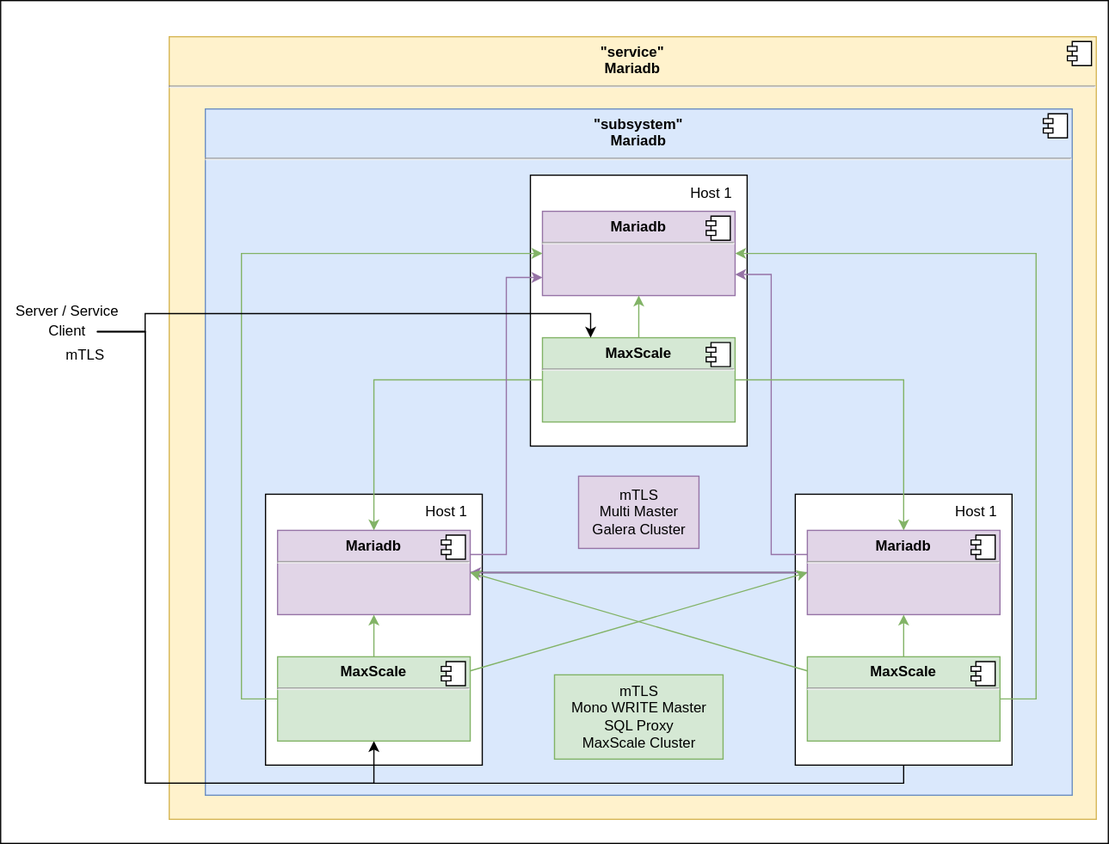
Above: assets/Ansible-Playbook-Labocbz-Deploy-Mariadb.drawio.svg in CBZ-D-velop/Ansible-Playbook-Labocbz-Deploy-Mariadb (draw.io), before the change. Source tidied: cells renumbered, new cells last; positions are measured from the earlier drawing's top-left corner, leaving out a move shared by most shapes.
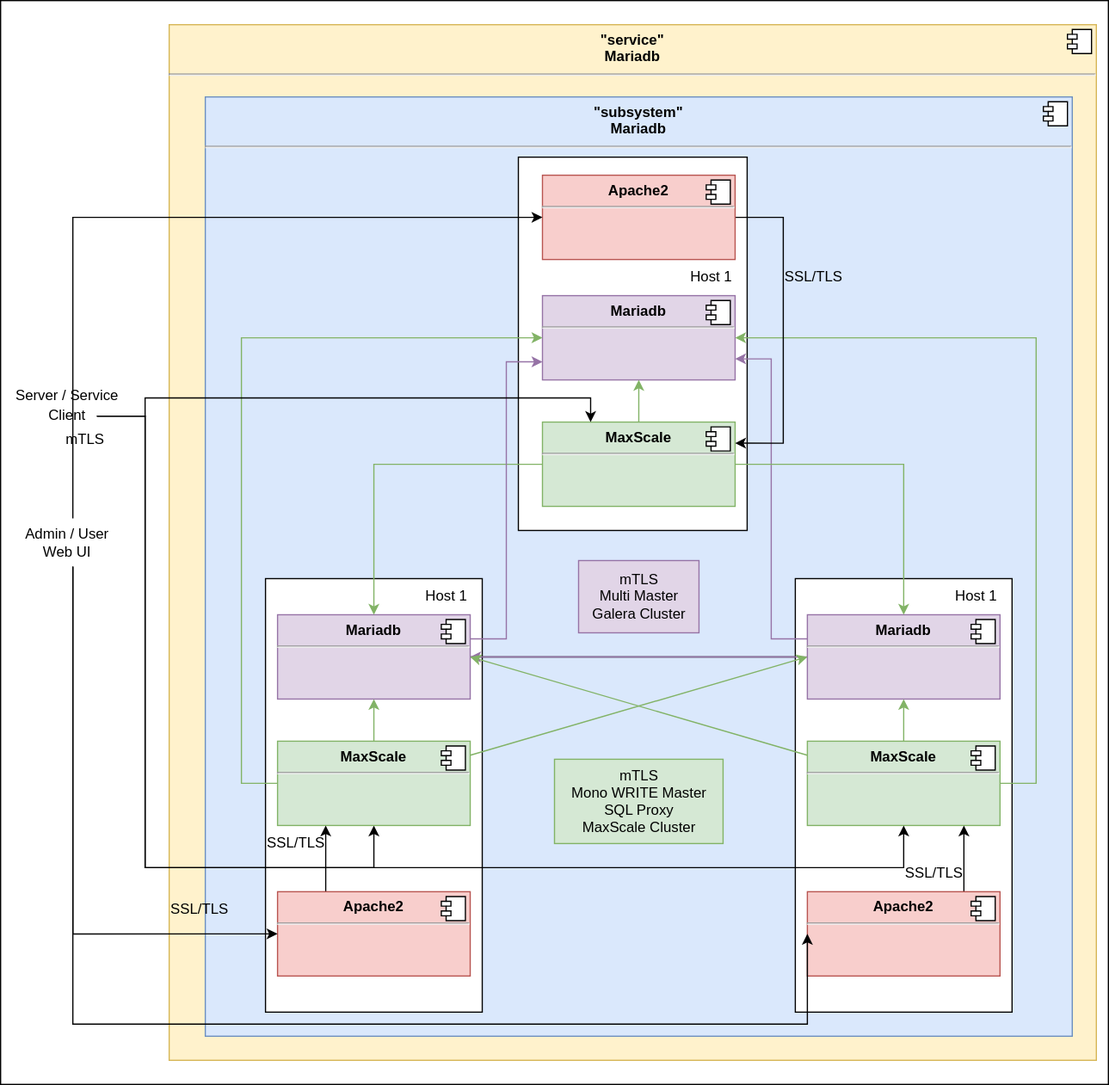
After the commit.

Diff of the diagram source:
```diff
@@ -3,10 +3,10 @@
     <mxCell id="0" />
     <mxCell id="1" parent="0" />
     <mxCell id="2" style="rounded=0;whiteSpace=wrap;html=1;" parent="1" vertex="1">
-      <mxGeometry width="920" height="700" as="geometry" />
+      <mxGeometry y="-70" width="920" height="900" as="geometry" />
     </mxCell>
     <mxCell id="3" value="&lt;p style=&quot;margin:0px;margin-top:6px;text-align:center;&quot;&gt;&lt;b&gt;&quot;service&quot;&lt;br&gt;&lt;/b&gt;&lt;b style=&quot;border-color: var(--border-color);&quot;&gt;Mariadb&lt;/b&gt;&lt;b&gt;&lt;br&gt;&lt;/b&gt;&lt;/p&gt;&lt;hr&gt;&lt;p style=&quot;margin:0px;margin-left:8px;&quot;&gt;&lt;br&gt;&lt;/p&gt;" style="align=left;overflow=fill;html=1;whiteSpace=wrap;fillColor=#fff2cc;strokeColor=#d6b656;" parent="1" vertex="1">
-      <mxGeometry x="140" y="30" width="770" height="650" as="geometry" />
+      <mxGeometry x="140" y="-50" width="770" height="860" as="geometry" />
     </mxCell>
     <mxCell id="4" style="shape=component;jettyWidth=8;jettyHeight=4;" parent="3" vertex="1">
       <mxGeometry x="1" width="20" height="20" relative="1" as="geometry">
@@ -14,7 +14,7 @@
       </mxGeometry>
     </mxCell>
     <mxCell id="5" value="&lt;p style=&quot;margin:0px;margin-top:6px;text-align:center;&quot;&gt;&lt;b&gt;&quot;subsystem&quot;&lt;br&gt;&lt;/b&gt;&lt;b style=&quot;border-color: var(--border-color);&quot;&gt;Mariadb&lt;/b&gt;&lt;b&gt;&lt;br&gt;&lt;/b&gt;&lt;/p&gt;&lt;hr&gt;&lt;p style=&quot;margin:0px;margin-left:8px;&quot;&gt;&lt;br&gt;&lt;/p&gt;" style="align=left;overflow=fill;html=1;whiteSpace=wrap;fillColor=#dae8fc;strokeColor=#6c8ebf;" parent="1" vertex="1">
-      <mxGeometry x="170" y="90" width="720" height="570" as="geometry" />
+      <mxGeometry x="170" y="10" width="720" height="780" as="geometry" />
     </mxCell>
     <mxCell id="6" style="shape=component;jettyWidth=8;jettyHeight=4;" parent="5" vertex="1">
       <mxGeometry x="1" width="20" height="20" relative="1" as="geometry">
@@ -22,7 +22,7 @@
       </mxGeometry>
     </mxCell>
     <mxCell id="7" style="rounded=0;whiteSpace=wrap;html=1;" parent="1" vertex="1">
-      <mxGeometry x="220" y="410" width="180" height="225" as="geometry" />
+      <mxGeometry x="220" y="410" width="180" height="360" as="geometry" />
     </mxCell>
     <mxCell id="8" style="edgeStyle=orthogonalEdgeStyle;rounded=0;jettySize=auto;html=1;" parent="1" edge="1" source="9" target="31">
       <mxGeometry relative="1" as="geometry" />
@@ -47,15 +47,6 @@
         </Array>
       </mxGeometry>
     </mxCell>
-    <mxCell id="13" style="edgeStyle=orthogonalEdgeStyle;rounded=0;jettySize=auto;html=1;entryX=0.5;entryY=1;entryDx=0;entryDy=0;" parent="1" edge="1" source="14" target="37">
-      <mxGeometry relative="1" as="geometry">
-        <Array as="points">
-          <mxPoint x="120" y="275" />
-          <mxPoint x="120" y="650" />
-          <mxPoint x="750" y="650" />
-        </Array>
-      </mxGeometry>
-    </mxCell>
     <mxCell id="14" value="Client" style="text;html=1;align=center;verticalAlign=middle;points=[];strokeColor=none;fillColor=none;" parent="1" vertex="1">
       <mxGeometry x="30" y="260" width="50" height="30" as="geometry" />
     </mxCell>
@@ -77,7 +68,7 @@
       </mxGeometry>
     </mxCell>
     <mxCell id="20" style="rounded=0;whiteSpace=wrap;html=1;" parent="1" vertex="1">
-      <mxGeometry x="440" y="145" width="180" height="225" as="geometry" />
+      <mxGeometry x="430" y="60" width="190" height="310" as="geometry" />
     </mxCell>
     <mxCell id="21" value="&lt;p style=&quot;margin:0px;margin-top:6px;text-align:center;&quot;&gt;&lt;b style=&quot;border-color: var(--border-color);&quot;&gt;Mariadb&lt;/b&gt;&lt;br&gt;&lt;/p&gt;&lt;hr&gt;&lt;p style=&quot;margin:0px;margin-left:8px;&quot;&gt;&lt;br&gt;&lt;/p&gt;" style="align=left;overflow=fill;html=1;whiteSpace=wrap;fillColor=#e1d5e7;strokeColor=#9673a6;" parent="1" vertex="1">
       <mxGeometry x="450" y="175" width="160" height="70" as="geometry" />
@@ -105,7 +96,7 @@
       </mxGeometry>
     </mxCell>
     <mxCell id="28" style="rounded=0;whiteSpace=wrap;html=1;" parent="1" vertex="1">
-      <mxGeometry x="660" y="410" width="180" height="225" as="geometry" />
+      <mxGeometry x="660" y="410" width="180" height="360" as="geometry" />
     </mxCell>
     <mxCell id="29" style="edgeStyle=orthogonalEdgeStyle;rounded=0;jettySize=auto;html=1;entryX=1;entryY=0.75;entryDx=0;entryDy=0;fillColor=#e1d5e7;strokeColor=#9673a6;" parent="1" edge="1" source="31" target="21">
       <mxGeometry relative="1" as="geometry">
@@ -188,5 +179,99 @@
         </Array>
       </mxGeometry>
     </mxCell>
+    <mxCell id="46" style="edgeStyle=orthogonalEdgeStyle;rounded=0;jettySize=auto;html=1;entryX=1;entryY=0.25;entryDx=0;entryDy=0;" parent="1" edge="1" source="47" target="26">
+      <mxGeometry relative="1" as="geometry">
+        <Array as="points">
+          <mxPoint x="650" y="110" />
+          <mxPoint x="650" y="297" />
+        </Array>
+      </mxGeometry>
+    </mxCell>
+    <mxCell id="47" value="&lt;p style=&quot;margin:0px;margin-top:6px;text-align:center;&quot;&gt;&lt;b style=&quot;border-color: var(--border-color);&quot;&gt;Apache2&lt;/b&gt;&lt;br&gt;&lt;/p&gt;&lt;hr&gt;&lt;p style=&quot;margin:0px;margin-left:8px;&quot;&gt;&lt;br&gt;&lt;/p&gt;" style="align=left;overflow=fill;html=1;whiteSpace=wrap;fillColor=#f8cecc;strokeColor=#b85450;" parent="1" vertex="1">
+      <mxGeometry x="450" y="75" width="160" height="70" as="geometry" />
+    </mxCell>
+    <mxCell id="48" style="shape=component;jettyWidth=8;jettyHeight=4;" parent="47" vertex="1">
+      <mxGeometry x="1" width="20" height="20" relative="1" as="geometry">
+        <mxPoint x="-24" y="4" as="offset" />
+      </mxGeometry>
+    </mxCell>
+    <mxCell id="49" style="edgeStyle=orthogonalEdgeStyle;rounded=0;jettySize=auto;html=1;" parent="1" edge="1" source="50" target="18">
+      <mxGeometry relative="1" as="geometry">
+        <Array as="points">
+          <mxPoint x="270" y="640" />
+          <mxPoint x="270" y="640" />
+        </Array>
+      </mxGeometry>
+    </mxCell>
+    <mxCell id="50" value="&lt;p style=&quot;margin:0px;margin-top:6px;text-align:center;&quot;&gt;&lt;b style=&quot;border-color: var(--border-color);&quot;&gt;Apache2&lt;/b&gt;&lt;br&gt;&lt;/p&gt;&lt;hr&gt;&lt;p style=&quot;margin:0px;margin-left:8px;&quot;&gt;&lt;br&gt;&lt;/p&gt;" style="align=left;overflow=fill;html=1;whiteSpace=wrap;fillColor=#f8cecc;strokeColor=#b85450;" parent="1" vertex="1">
+      <mxGeometry x="230" y="670" width="160" height="70" as="geometry" />
+    </mxCell>
+    <mxCell id="51" style="shape=component;jettyWidth=8;jettyHeight=4;" parent="50" vertex="1">
+      <mxGeometry x="1" width="20" height="20" relative="1" as="geometry">
+        <mxPoint x="-24" y="4" as="offset" />
+      </mxGeometry>
+    </mxCell>
+    <mxCell id="52" style="edgeStyle=orthogonalEdgeStyle;rounded=0;jettySize=auto;html=1;" parent="1" edge="1" source="53" target="37">
+      <mxGeometry relative="1" as="geometry">
+        <Array as="points">
+          <mxPoint x="800" y="640" />
+          <mxPoint x="800" y="640" />
+        </Array>
+      </mxGeometry>
+    </mxCell>
+    <mxCell id="53" value="&lt;p style=&quot;margin:0px;margin-top:6px;text-align:center;&quot;&gt;&lt;b style=&quot;border-color: var(--border-color);&quot;&gt;Apache2&lt;/b&gt;&lt;br&gt;&lt;/p&gt;&lt;hr&gt;&lt;p style=&quot;margin:0px;margin-left:8px;&quot;&gt;&lt;br&gt;&lt;/p&gt;" style="align=left;overflow=fill;html=1;whiteSpace=wrap;fillColor=#f8cecc;strokeColor=#b85450;" parent="1" vertex="1">
+      <mxGeometry x="670" y="670" width="160" height="70" as="geometry" />
+    </mxCell>
+    <mxCell id="54" style="shape=component;jettyWidth=8;jettyHeight=4;" parent="53" vertex="1">
+      <mxGeometry x="1" width="20" height="20" relative="1" as="geometry">
+        <mxPoint x="-24" y="4" as="offset" />
+      </mxGeometry>
+    </mxCell>
+    <mxCell id="13" style="edgeStyle=orthogonalEdgeStyle;rounded=0;jettySize=auto;html=1;entryX=0.5;entryY=1;entryDx=0;entryDy=0;" parent="1" edge="1" source="14" target="37">
+      <mxGeometry relative="1" as="geometry">
+        <Array as="points">
+          <mxPoint x="120" y="275" />
+          <mxPoint x="120" y="650" />
+          <mxPoint x="750" y="650" />
+        </Array>
+      </mxGeometry>
+    </mxCell>
+    <mxCell id="55" value="SSL/TLS" style="text;html=1;align=center;verticalAlign=middle;strokeColor=none;fillColor=none;" parent="1" vertex="1">
+      <mxGeometry x="740" y="640" width="70" height="30" as="geometry" />
+    </mxCell>
+    <mxCell id="56" value="SSL/TLS" style="text;html=1;align=center;verticalAlign=middle;strokeColor=none;fillColor=none;" parent="1" vertex="1">
+      <mxGeometry x="210" y="615" width="70" height="30" as="geometry" />
+    </mxCell>
+    <mxCell id="57" value="SSL/TLS" style="text;html=1;align=center;verticalAlign=middle;strokeColor=none;fillColor=none;" parent="1" vertex="1">
+      <mxGeometry x="640" y="145" width="70" height="30" as="geometry" />
+    </mxCell>
+    <mxCell id="58" style="edgeStyle=orthogonalEdgeStyle;rounded=0;jettySize=auto;html=1;entryX=0;entryY=0.5;entryDx=0;entryDy=0;" parent="1" edge="1" source="61" target="50">
+      <mxGeometry relative="1" as="geometry">
+        <Array as="points">
+          <mxPoint x="60" y="705" />
+        </Array>
+      </mxGeometry>
+    </mxCell>
+    <mxCell id="59" style="edgeStyle=orthogonalEdgeStyle;rounded=0;jettySize=auto;html=1;entryX=0;entryY=0.5;entryDx=0;entryDy=0;" parent="1" edge="1" source="61" target="53">
+      <mxGeometry relative="1" as="geometry">
+        <Array as="points">
+          <mxPoint x="60" y="780" />
+          <mxPoint x="670" y="780" />
+        </Array>
+      </mxGeometry>
+    </mxCell>
+    <mxCell id="60" style="edgeStyle=orthogonalEdgeStyle;rounded=0;jettySize=auto;html=1;entryX=0;entryY=0.5;entryDx=0;entryDy=0;" parent="1" edge="1" source="61" target="47">
+      <mxGeometry relative="1" as="geometry">
+        <Array as="points">
+          <mxPoint x="60" y="110" />
+        </Array>
+      </mxGeometry>
+    </mxCell>
+    <mxCell id="61" value="Admin / User&lt;br&gt;Web UI" style="text;html=1;align=center;verticalAlign=middle;points=[];strokeColor=none;fillColor=none;" parent="1" vertex="1">
+      <mxGeometry x="10" y="360" width="90" height="40" as="geometry" />
+    </mxCell>
+    <mxCell id="62" value="SSL/TLS" style="text;html=1;align=center;verticalAlign=middle;strokeColor=none;fillColor=none;" parent="1" vertex="1">
+      <mxGeometry x="130" y="670" width="70" height="30" as="geometry" />
+    </mxCell>
   </root>
 </mxGraphModel>
```
